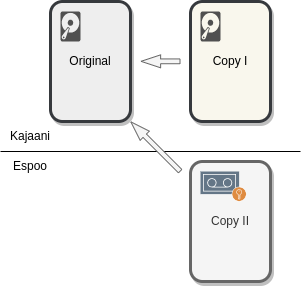
The draw.io diagram docs/img/3-2-1.drawio.png in CSCfi/csc-user-guide, before a commit. Source tidied: cells renumbered, new cells last; positions are measured from the earlier drawing's top-left corner, leaving out a move shared by most shapes.
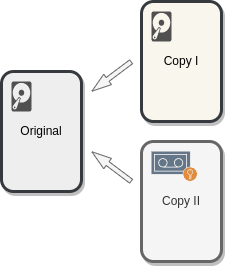
After the change.

What changed in the source:
```diff
@@ -5,44 +5,38 @@
     <mxCell id="2" value="Original" style="rounded=1;whiteSpace=wrap;html=1;strokeWidth=3;shadow=1;fillColor=#eeeeee;strokeColor=#36393d;" parent="1" vertex="1">
       <mxGeometry x="50" width="80" height="120" as="geometry" />
     </mxCell>
+    <mxCell id="5" style="shape=flexArrow;endArrow=classic;html=1;width=4.8076923076923075;endSize=6.209615384615384;endWidth=7.152366863905326;fillColor=#f5f5f5;strokeColor=#666666;" parent="1" edge="1">
+      <mxGeometry relative="1" as="geometry">
+        <mxPoint x="180" y="-10" as="sourcePoint" />
+        <mxPoint x="140" y="20" as="targetPoint" />
+      </mxGeometry>
+    </mxCell>
+    <mxCell id="7" style="sketch=0;shadow=0;dashed=0;html=1;strokeColor=none;fillColor=#505050;labelPosition=center;verticalLabelPosition=bottom;verticalAlign=top;align=center;shape=mxgraph.office.devices.hard_disk;" parent="1" vertex="1">
+      <mxGeometry x="60" y="10" width="20" height="30" as="geometry" />
+    </mxCell>
+    <mxCell id="13" style="group;" parent="1" vertex="1">
+      <mxGeometry x="190" y="-70" width="80" height="120" as="geometry" />
+    </mxCell>
-    <mxCell id="3" value="Copy I" style="rounded=1;whiteSpace=wrap;html=1;strokeWidth=3;shadow=1;fillColor=#f9f7ed;strokeColor=#36393d;" parent="1" vertex="1">
-      <mxGeometry x="190" width="80" height="120" as="geometry" />
+    <mxCell id="3" value="Copy I" style="rounded=1;whiteSpace=wrap;html=1;strokeWidth=3;shadow=1;fillColor=#f9f7ed;strokeColor=#36393d;" parent="13" vertex="1">
+      <mxGeometry width="80" height="120" as="geometry" />
     </mxCell>
+    <mxCell id="6" style="sketch=0;shadow=0;dashed=0;html=1;strokeColor=none;fillColor=#505050;labelPosition=center;verticalLabelPosition=bottom;verticalAlign=top;align=center;shape=mxgraph.office.devices.hard_disk;" parent="13" vertex="1">
+      <mxGeometry x="10" y="10" width="20" height="30" as="geometry" />
+    </mxCell>
+    <mxCell id="14" style="shape=flexArrow;endArrow=classic;html=1;width=4.8076923076923075;endSize=6.209615384615384;endWidth=7.152366863905326;fillColor=#f5f5f5;strokeColor=#666666;" parent="1" edge="1">
+      <mxGeometry relative="1" as="geometry">
+        <mxPoint x="180" y="110" as="sourcePoint" />
+        <mxPoint x="140" y="80" as="targetPoint" />
+      </mxGeometry>
+    </mxCell>
+    <mxCell id="15" style="group;" parent="1" vertex="1">
+      <mxGeometry x="190" y="70" width="80" height="120" as="geometry" />
+    </mxCell>
-    <mxCell id="4" value="Copy II" style="rounded=1;whiteSpace=wrap;html=1;strokeWidth=3;shadow=1;fillColor=#f5f5f5;strokeColor=#666666;fontColor=#333333;" parent="1" vertex="1">
-      <mxGeometry x="190" y="160" width="80" height="120" as="geometry" />
+    <mxCell id="4" value="Copy II" style="rounded=1;whiteSpace=wrap;html=1;strokeWidth=3;shadow=1;fillColor=#f5f5f5;strokeColor=#666666;fontColor=#333333;" parent="15" vertex="1">
+      <mxGeometry width="80" height="120" as="geometry" />
     </mxCell>
-    <mxCell id="5" style="shape=flexArrow;endArrow=classic;html=1;width=4.8076923076923075;endSize=6.209615384615384;endWidth=7.152366863905326;fillColor=#f5f5f5;strokeColor=#666666;" parent="1" edge="1">
-      <mxGeometry relative="1" as="geometry">
-        <mxPoint x="180" y="59.8" as="sourcePoint" />
-        <mxPoint x="140" y="59.8" as="targetPoint" />
-      </mxGeometry>
-    </mxCell>
-    <mxCell id="6" style="sketch=0;shadow=0;dashed=0;html=1;strokeColor=none;fillColor=#505050;labelPosition=center;verticalLabelPosition=bottom;verticalAlign=top;align=center;shape=mxgraph.office.devices.hard_disk;" parent="1" vertex="1">
-      <mxGeometry x="200" y="10" width="20" height="30" as="geometry" />
-    </mxCell>
-    <mxCell id="7" style="sketch=0;shadow=0;dashed=0;html=1;strokeColor=none;fillColor=#505050;labelPosition=center;verticalLabelPosition=bottom;verticalAlign=top;align=center;shape=mxgraph.office.devices.hard_disk;" parent="1" vertex="1">
-      <mxGeometry x="60" y="10" width="20" height="30" as="geometry" />
-    </mxCell>
-    <mxCell id="8" style="endArrow=none;html=1;" parent="1" edge="1">
-      <mxGeometry relative="1" as="geometry">
-        <mxPoint y="150" as="sourcePoint" />
-        <mxPoint x="300" y="150" as="targetPoint" />
-      </mxGeometry>
-    </mxCell>
-    <mxCell id="9" style="shape=flexArrow;endArrow=classic;html=1;width=4.8076923076923075;endSize=6.209615384615384;endWidth=7.152366863905326;fillColor=#f5f5f5;strokeColor=#666666;" parent="1" edge="1">
-      <mxGeometry relative="1" as="geometry">
-        <mxPoint x="180" y="170" as="sourcePoint" />
-        <mxPoint x="130" y="120" as="targetPoint" />
-      </mxGeometry>
-    </mxCell>
-    <mxCell id="10" value="Kajaani" style="text;html=1;strokeColor=none;fillColor=none;align=center;verticalAlign=middle;whiteSpace=wrap;rounded=0;" parent="1" vertex="1">
-      <mxGeometry y="120" width="60" height="30" as="geometry" />
-    </mxCell>
-    <mxCell id="11" value="Espoo" style="text;html=1;strokeColor=none;fillColor=none;align=center;verticalAlign=middle;whiteSpace=wrap;rounded=0;" parent="1" vertex="1">
-      <mxGeometry y="150" width="60" height="30" as="geometry" />
-    </mxCell>
-    <mxCell id="12" style="sketch=0;shadow=0;dashed=0;html=1;strokeColor=#314354;fillColor=#647687;labelPosition=center;verticalLabelPosition=bottom;verticalAlign=top;align=center;shape=mxgraph.veeam2.tape_encrypted;fontColor=#ffffff;" parent="1" vertex="1">
-      <mxGeometry x="200" y="170" width="46" height="30" as="geometry" />
+    <mxCell id="12" style="sketch=0;shadow=0;dashed=0;html=1;strokeColor=#314354;fillColor=#647687;labelPosition=center;verticalLabelPosition=bottom;verticalAlign=top;align=center;shape=mxgraph.veeam2.tape_encrypted;fontColor=#ffffff;" parent="15" vertex="1">
+      <mxGeometry x="10" y="10" width="46" height="30" as="geometry" />
     </mxCell>
   </root>
 </mxGraphModel>
```
